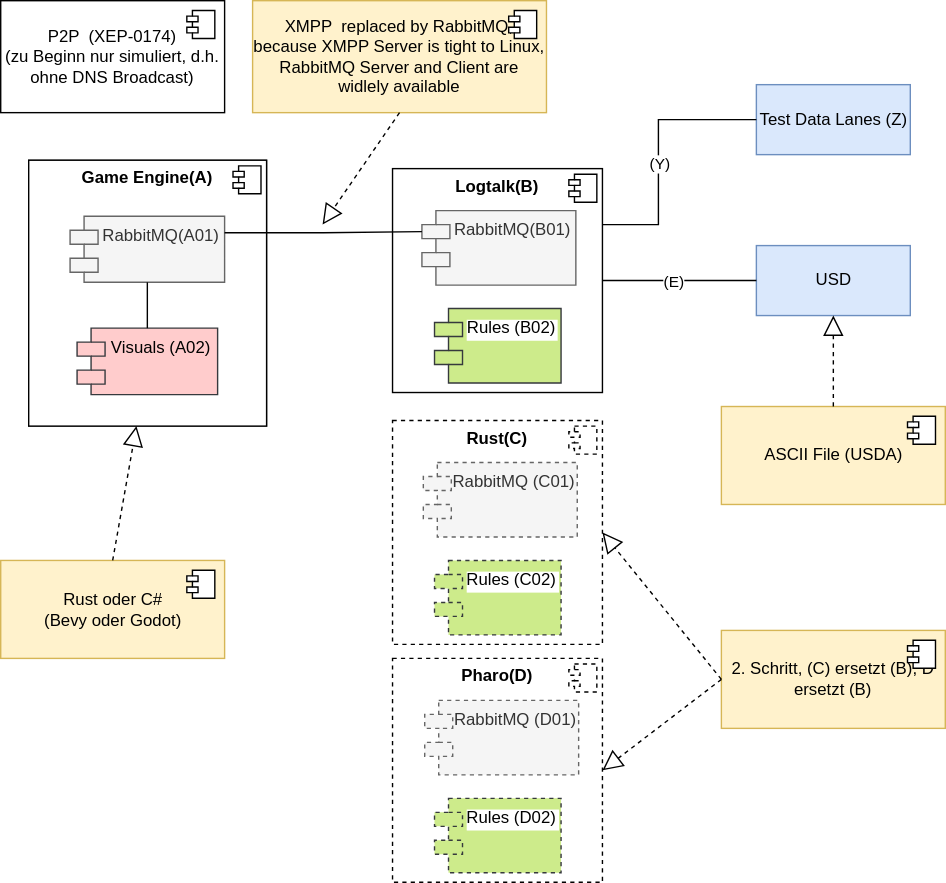
Before: doc/USD_traffic_bench.svg, a diagram exported from draw.io (hnbeck/ECTrafficModeller). Source tidied: cells renumbered, new cells last; positions are measured from the earlier drawing's top-left corner, leaving out a move shared by most shapes.
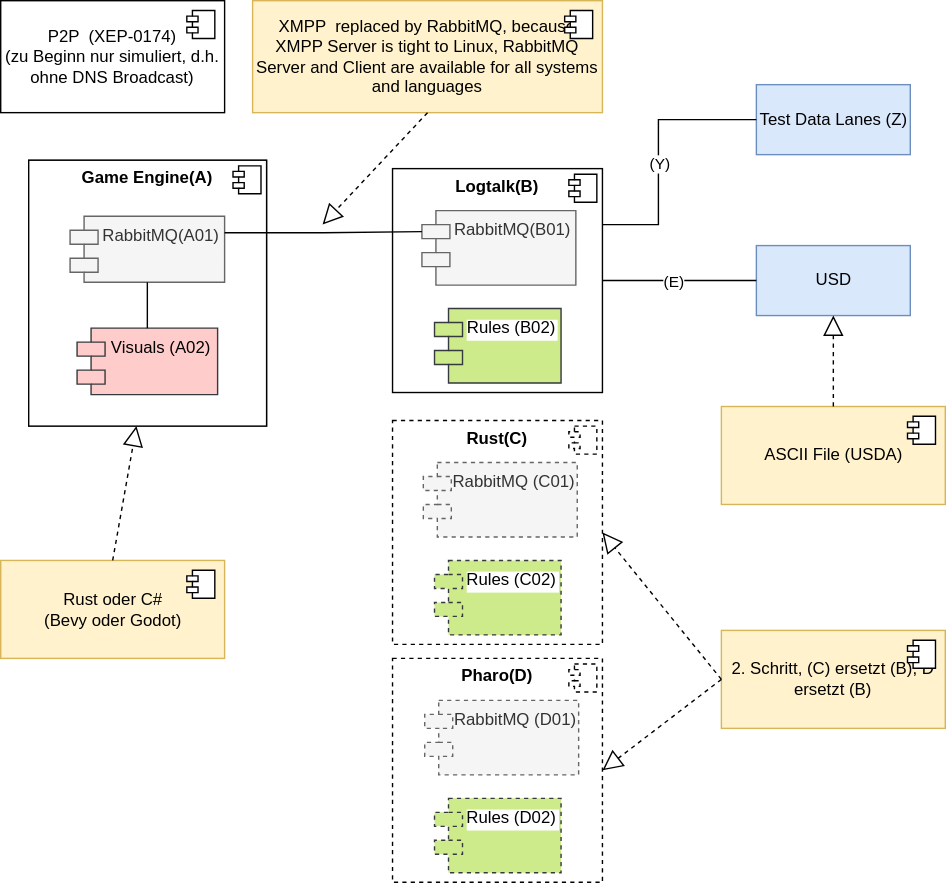
After the change.

The edit, as a diff of the source:
```diff
@@ -143,8 +143,8 @@
     <mxCell id="41" value="(Y)" style="edgeLabel;html=1;align=center;verticalAlign=middle;" parent="40" vertex="1">
       <mxGeometry x="-0.09" relative="1" as="geometry" />
     </mxCell>
-    <mxCell id="42" value="XMPP &amp;nbsp;replaced by RabbitMQ, because XMPP Server is tight to Linux, RabbitMQ Server and Client are widlely available" style="html=1;fillColor=#fff2cc;strokeColor=#d6b656;whiteSpace=wrap;" parent="1" vertex="1">
-      <mxGeometry x="180" width="210" height="80" as="geometry" />
+    <mxCell id="42" value="XMPP &amp;nbsp;replaced by RabbitMQ, because XMPP Server is tight to Linux, RabbitMQ Server and Client are available for all systems and languages" style="html=1;fillColor=#fff2cc;strokeColor=#d6b656;whiteSpace=wrap;" parent="1" vertex="1">
+      <mxGeometry x="180" width="250" height="80" as="geometry" />
     </mxCell>
     <mxCell id="43" style="shape=module;jettyWidth=8;jettyHeight=4;" parent="42" vertex="1">
       <mxGeometry x="1" width="20" height="20" relative="1" as="geometry">
```
